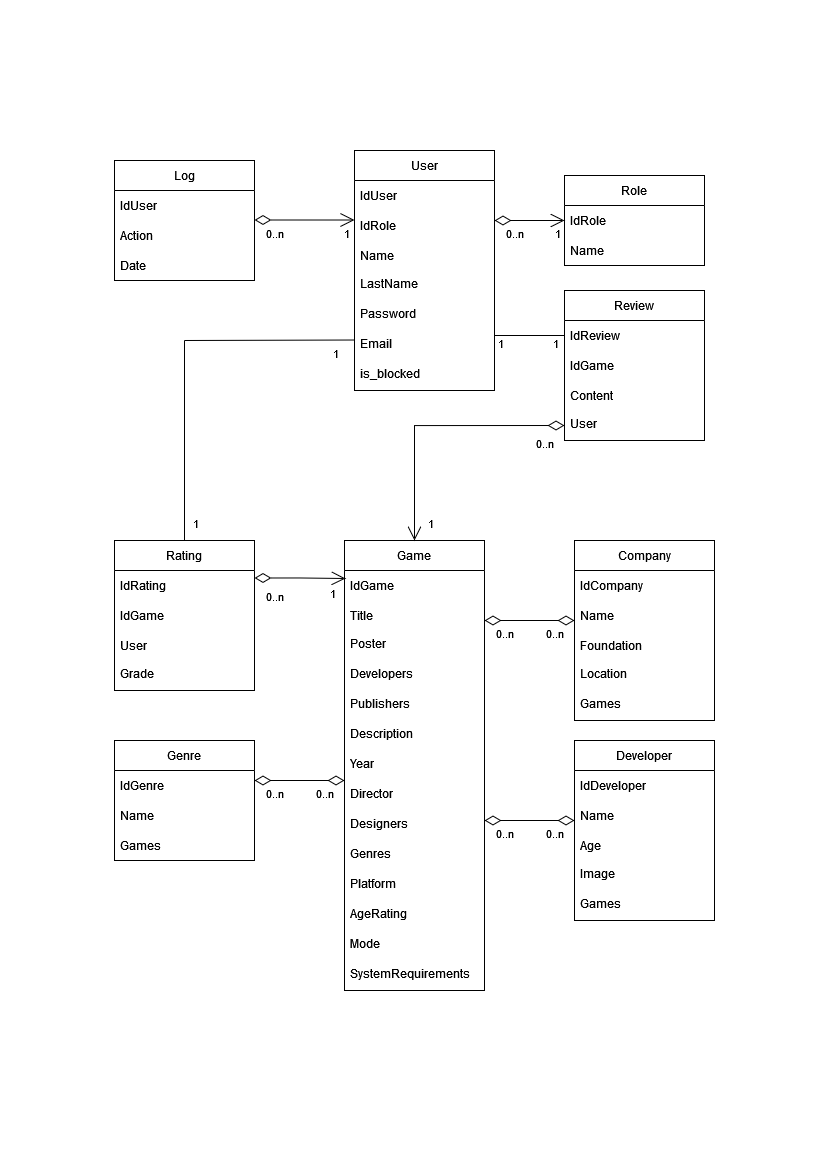
This is pictures/DBScheme.png from VadimLinevich/Database, a draw.io export, as it was before one commit. Source tidied: cells renumbered, new cells last; positions are measured from the earlier drawing's top-left corner, leaving out a move shared by most shapes.
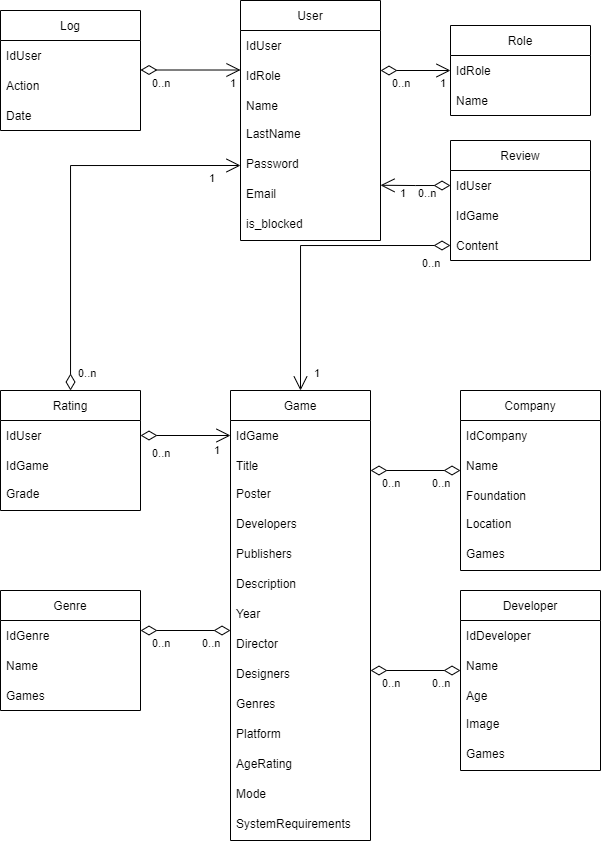
After the change.

Change to the diagram source:
```diff
@@ -39,9 +39,9 @@
       <mxGeometry y="90" width="140" height="30" as="geometry" />
     </mxCell>
     <mxCell id="14" value="Review" style="swimlane;fontStyle=0;horizontal=1;startSize=30;" parent="1" vertex="1">
-      <mxGeometry x="450" y="140" width="140" height="150" as="geometry" />
+      <mxGeometry x="450" y="140" width="140" height="120" as="geometry" />
     </mxCell>
-    <mxCell id="15" value="IdReview" style="text;strokeColor=none;fillColor=none;align=left;verticalAlign=middle;spacingLeft=4;spacingRight=4;overflow=hidden;points=[[0,0.5],[1,0.5]];portConstraint=eastwest;" parent="14" vertex="1">
+    <mxCell id="15" value="IdUser" style="text;strokeColor=none;fillColor=none;align=left;verticalAlign=middle;spacingLeft=4;spacingRight=4;overflow=hidden;points=[[0,0.5],[1,0.5]];portConstraint=eastwest;" parent="14" vertex="1">
       <mxGeometry y="30" width="140" height="30" as="geometry" />
     </mxCell>
     <mxCell id="16" value="IdGame" style="text;strokeColor=none;fillColor=none;align=left;verticalAlign=middle;spacingLeft=4;spacingRight=4;overflow=hidden;" parent="14" vertex="1">
@@ -50,9 +50,6 @@
     <mxCell id="17" value="Content" style="text;strokeColor=none;fillColor=none;align=left;verticalAlign=middle;spacingLeft=4;spacingRight=4;overflow=hidden;points=[[0,0.5],[1,0.5]];portConstraint=eastwest;" parent="14" vertex="1">
       <mxGeometry y="90" width="140" height="30" as="geometry" />
     </mxCell>
-    <mxCell id="18" value="User" style="text;strokeColor=none;fillColor=none;spacingLeft=4;spacingRight=4;overflow=hidden;points=[[0,0.5],[1,0.5]];portConstraint=eastwest;fontSize=12;" parent="14" vertex="1">
-      <mxGeometry y="120" width="140" height="30" as="geometry" />
-    </mxCell>
     <mxCell id="19" value="Genre" style="swimlane;fontStyle=0;horizontal=1;startSize=30;" parent="1" vertex="1">
       <mxGeometry y="590" width="140" height="120" as="geometry" />
     </mxCell>
@@ -84,19 +81,16 @@
       <mxGeometry y="150" width="140" height="30" as="geometry" />
     </mxCell>
     <mxCell id="29" value="Rating" style="swimlane;fontStyle=0;horizontal=1;startSize=30;" parent="1" vertex="1">
-      <mxGeometry y="390" width="140" height="150" as="geometry" />
+      <mxGeometry y="390" width="140" height="120" as="geometry" />
     </mxCell>
-    <mxCell id="30" value="IdRating" style="text;strokeColor=none;fillColor=none;align=left;verticalAlign=middle;spacingLeft=4;spacingRight=4;overflow=hidden;points=[[0,0.5],[1,0.5]];portConstraint=eastwest;" parent="29" vertex="1">
+    <mxCell id="30" value="IdUser" style="text;strokeColor=none;fillColor=none;align=left;verticalAlign=middle;spacingLeft=4;spacingRight=4;overflow=hidden;points=[[0,0.5],[1,0.5]];portConstraint=eastwest;" parent="29" vertex="1">
       <mxGeometry y="30" width="140" height="30" as="geometry" />
     </mxCell>
     <mxCell id="31" value="IdGame" style="text;strokeColor=none;fillColor=none;align=left;verticalAlign=middle;spacingLeft=4;spacingRight=4;overflow=hidden;" parent="29" vertex="1">
       <mxGeometry y="60" width="140" height="30" as="geometry" />
     </mxCell>
-    <mxCell id="32" value="User" style="text;strokeColor=none;fillColor=none;align=left;verticalAlign=middle;spacingLeft=4;spacingRight=4;overflow=hidden;" parent="29" vertex="1">
-      <mxGeometry y="90" width="140" height="30" as="geometry" />
-    </mxCell>
     <mxCell id="33" value="Grade" style="text;strokeColor=none;fillColor=none;spacingLeft=4;spacingRight=4;overflow=hidden;fontSize=12;" parent="29" vertex="1">
-      <mxGeometry y="120" width="140" height="30" as="geometry" />
+      <mxGeometry y="90" width="140" height="30" as="geometry" />
     </mxCell>
     <mxCell id="34" value="Game" style="swimlane;fontStyle=0;horizontal=1;startSize=30;" parent="1" vertex="1">
       <mxGeometry x="230" y="390" width="140" height="450" as="geometry" />
@@ -200,18 +194,7 @@
         <mxPoint x="-4" as="offset" />
       </mxGeometry>
     </mxCell>
-    <mxCell id="64" style="line;strokeWidth=1;dashed=0;labelPosition=right;align=left;verticalAlign=middle;spacingTop=0;spacingLeft=6;" parent="1" vertex="1">
-      <mxGeometry x="380" y="180" width="70" height="10" as="geometry" />
-    </mxCell>
-    <mxCell id="65" value="1" style="edgeLabel;html=1;align=right;verticalAlign=top;" parent="1" vertex="1">
-      <mxGeometry x="390" y="180" as="geometry" />
-    </mxCell>
-    <mxCell id="66" value="1" style="edgeLabel;html=1;align=right;verticalAlign=top;" parent="1" vertex="1">
-      <mxGeometry x="470" y="100" as="geometry">
-        <mxPoint x="-25" y="80" as="offset" />
-      </mxGeometry>
-    </mxCell>
-    <mxCell id="67" style="endArrow=open;html=1;endSize=12;startArrow=diamondThin;startSize=14;startFill=0;edgeStyle=orthogonalEdgeStyle;rounded=0;entryX=0.5;entryY=0;entryDx=0;entryDy=0;exitX=0;exitY=0.5;exitDx=0;exitDy=0;" parent="1" edge="1" source="18" target="34">
+    <mxCell id="67" style="endArrow=open;html=1;endSize=12;startArrow=diamondThin;startSize=14;startFill=0;edgeStyle=orthogonalEdgeStyle;rounded=0;entryX=0.5;entryY=0;entryDx=0;entryDy=0;exitX=0;exitY=0.5;exitDx=0;exitDy=0;" parent="1" edge="1" source="17" target="34">
       <mxGeometry x="0.28" relative="1" as="geometry" />
     </mxCell>
     <mxCell id="68" value="0..n" style="edgeLabel;html=1;align=left;verticalAlign=top;" parent="67" vertex="1">
@@ -224,7 +207,7 @@
         <mxPoint x="20" y="-30" as="offset" />
       </mxGeometry>
     </mxCell>
-    <mxCell id="70" style="endArrow=open;html=1;endSize=12;startArrow=diamondThin;startSize=14;startFill=0;edgeStyle=orthogonalEdgeStyle;rounded=0;entryX=0.007;entryY=0.267;entryDx=0;entryDy=0;exitX=1;exitY=0.25;exitDx=0;exitDy=0;entryPerimeter=0;" parent="1" edge="1" source="29" target="35">
+    <mxCell id="70" style="endArrow=open;html=1;endSize=12;startArrow=diamondThin;startSize=14;startFill=0;edgeStyle=orthogonalEdgeStyle;rounded=0;entryX=0;entryY=0.5;entryDx=0;entryDy=0;" parent="1" edge="1" source="30" target="35">
       <mxGeometry x="0.28" relative="1" as="geometry" />
     </mxCell>
     <mxCell id="71" value="0..n" style="edgeLabel;html=1;align=left;verticalAlign=top;" parent="70" vertex="1">
@@ -237,26 +220,6 @@
         <mxPoint x="-10" y="2" as="offset" />
       </mxGeometry>
     </mxCell>
-    <mxCell id="73" style="endArrow=none;html=1;rounded=0;exitX=0.5;exitY=0;exitDx=0;exitDy=0;" parent="1" edge="1" source="29">
-      <mxGeometry relative="1" as="geometry">
-        <mxPoint x="70" y="190" as="targetPoint" />
-      </mxGeometry>
-    </mxCell>
-    <mxCell id="74" style="endArrow=none;html=1;rounded=0;entryX=-0.002;entryY=0.317;entryDx=0;entryDy=0;entryPerimeter=0;" parent="1" edge="1" target="8">
-      <mxGeometry relative="1" as="geometry">
-        <mxPoint x="70" y="190" as="sourcePoint" />
-      </mxGeometry>
-    </mxCell>
-    <mxCell id="75" value="1" style="edgeLabel;html=1;align=right;verticalAlign=top;" parent="1" vertex="1">
-      <mxGeometry x="110" y="280" as="geometry">
-        <mxPoint x="-25" y="80" as="offset" />
-      </mxGeometry>
-    </mxCell>
-    <mxCell id="76" value="1" style="edgeLabel;html=1;align=right;verticalAlign=top;" parent="1" vertex="1">
-      <mxGeometry x="250" y="110" as="geometry">
-        <mxPoint x="-25" y="80" as="offset" />
-      </mxGeometry>
-    </mxCell>
     <mxCell id="77" style="endArrow=diamondThin;html=1;endSize=14;startArrow=diamondThin;startSize=14;startFill=0;edgeStyle=orthogonalEdgeStyle;rounded=0;endFill=0;" parent="1" edge="1">
       <mxGeometry x="0.28" relative="1" as="geometry">
         <mxPoint x="230" y="630" as="sourcePoint" />
@@ -299,5 +262,35 @@
     <mxCell id="85" value="0..n" style="edgeLabel;html=1;align=left;verticalAlign=top;" parent="1" vertex="1">
       <mxGeometry x="380" y="670" as="geometry" />
     </mxCell>
+    <mxCell id="86" style="endArrow=open;html=1;endSize=12;startArrow=diamondThin;startSize=14;startFill=0;edgeStyle=orthogonalEdgeStyle;rounded=0;exitX=0;exitY=0.5;exitDx=0;exitDy=0;entryX=1;entryY=0.159;entryDx=0;entryDy=0;entryPerimeter=0;" parent="1" edge="1" source="15" target="8">
+      <mxGeometry x="0.28" relative="1" as="geometry" />
+    </mxCell>
+    <mxCell id="87" value="0..n" style="edgeLabel;html=1;align=left;verticalAlign=top;" parent="86" vertex="1">
+      <mxGeometry x="-1" relative="1" as="geometry">
+        <mxPoint x="-34" y="-5" as="offset" />
+      </mxGeometry>
+    </mxCell>
+    <mxCell id="88" value="1" style="edgeLabel;html=1;align=right;verticalAlign=top;" parent="86" vertex="1">
+      <mxGeometry x="1" relative="1" as="geometry">
+        <mxPoint x="26" y="-5" as="offset" />
+      </mxGeometry>
+    </mxCell>
+    <mxCell id="89" style="endArrow=open;html=1;endSize=12;startArrow=diamondThin;startSize=14;startFill=0;edgeStyle=orthogonalEdgeStyle;rounded=0;entryX=0;entryY=0.5;entryDx=0;entryDy=0;" parent="1" edge="1" source="29" target="7">
+      <mxGeometry x="0.28" relative="1" as="geometry">
+        <Array as="points">
+          <mxPoint x="70" y="165" />
+        </Array>
+      </mxGeometry>
+    </mxCell>
+    <mxCell id="90" value="0..n" style="edgeLabel;html=1;align=left;verticalAlign=top;" parent="89" vertex="1">
+      <mxGeometry x="-1" relative="1" as="geometry">
+        <mxPoint x="6" y="-30" as="offset" />
+      </mxGeometry>
+    </mxCell>
+    <mxCell id="91" value="1" style="edgeLabel;html=1;align=right;verticalAlign=top;" parent="89" vertex="1">
+      <mxGeometry x="1" relative="1" as="geometry">
+        <mxPoint x="-24" as="offset" />
+      </mxGeometry>
+    </mxCell>
   </root>
 </mxGraphModel>
```
